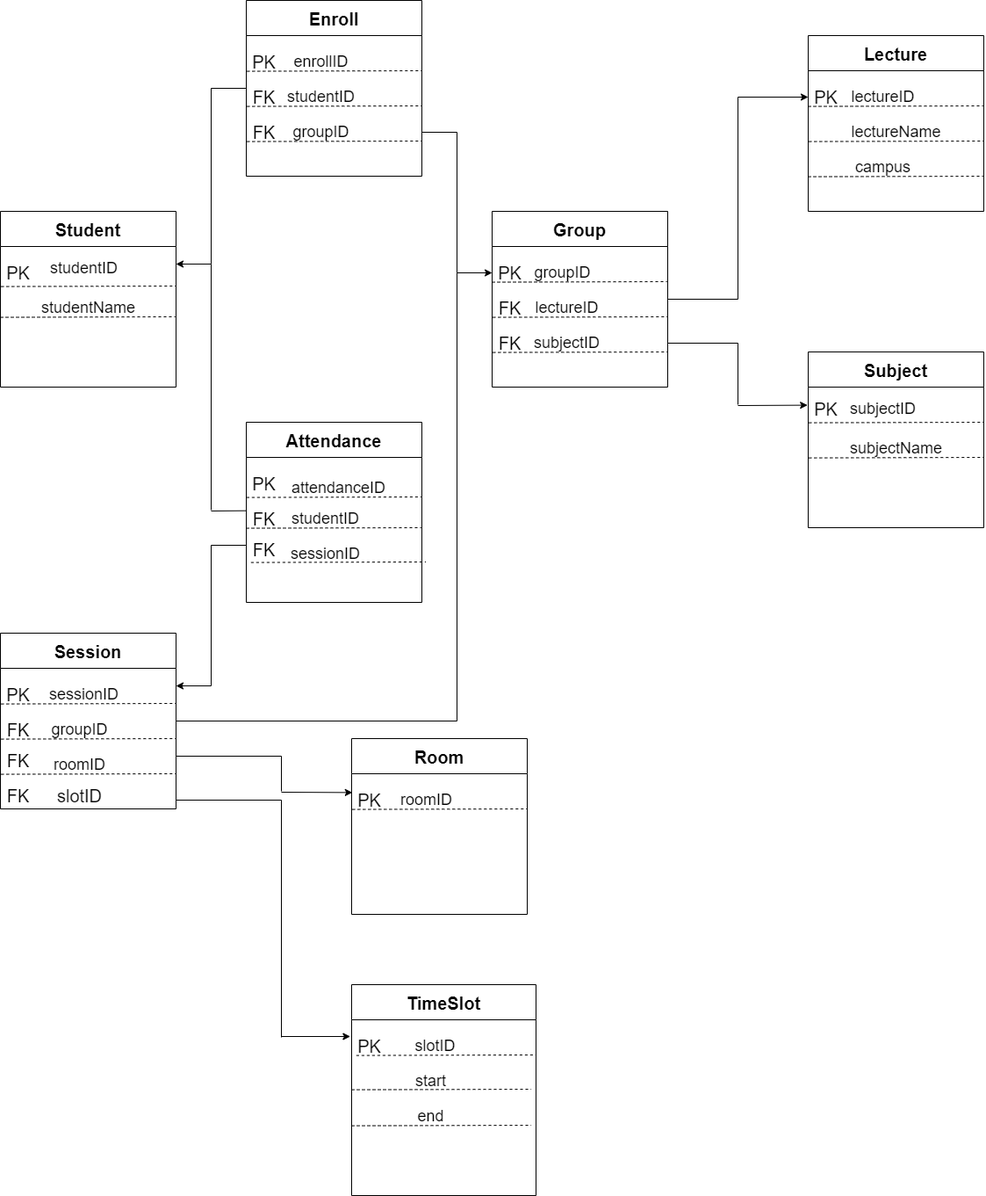
The draw.io diagram document/DBI.drawio.png in dungdt23/PRJ301_MyAssignment, before a commit. Source tidied: cells renumbered, new cells last; positions are measured from the earlier drawing's top-left corner, leaving out a move shared by most shapes.
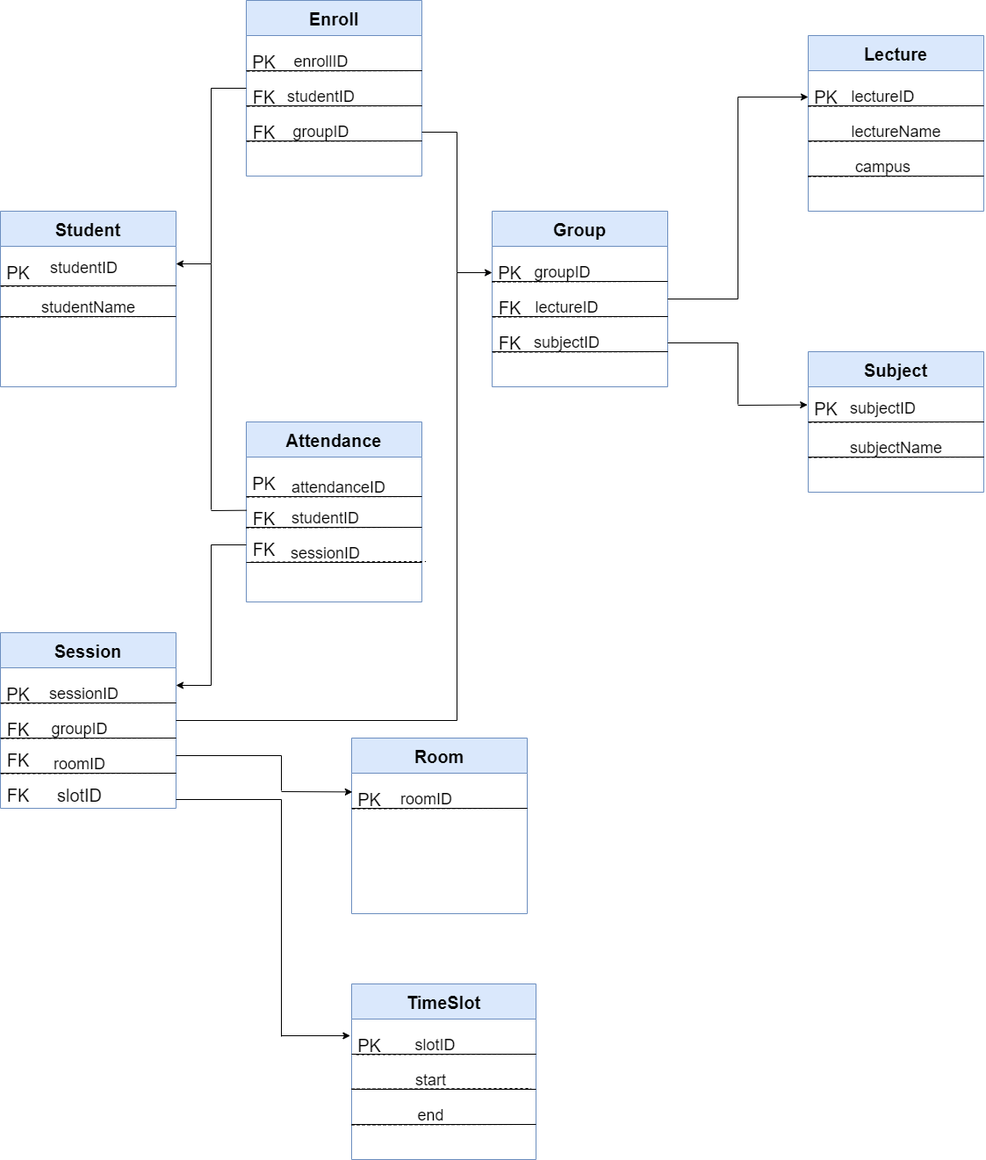
The same file after the commit.

Diff of the diagram source:
```diff
@@ -2,7 +2,7 @@
   <root>
     <mxCell id="0" />
     <mxCell id="1" parent="0" />
-    <mxCell id="2" value="Student" style="swimlane;startSize=40;fontSize=20;" parent="1" vertex="1">
+    <mxCell id="2" value="Student" style="swimlane;startSize=40;fontSize=20;fillColor=#dae8fc;strokeColor=#6c8ebf;" parent="1" vertex="1">
       <mxGeometry y="240" width="200" height="200" as="geometry" />
     </mxCell>
     <mxCell id="3" value="&lt;font style=&quot;font-size: 18px;&quot;&gt;studentID&lt;/font&gt;" style="text;html=1;align=center;verticalAlign=middle;strokeColor=none;fillColor=none;" parent="2" vertex="1">
@@ -26,7 +26,19 @@
         <mxPoint x="199.2" y="120" as="targetPoint" />
       </mxGeometry>
     </mxCell>
+    <mxCell id="103" style="endArrow=none;html=1;rounded=0;" parent="2" edge="1">
+      <mxGeometry relative="1" as="geometry">
+        <mxPoint y="85" as="sourcePoint" />
+        <mxPoint x="200" y="85" as="targetPoint" />
+      </mxGeometry>
+    </mxCell>
+    <mxCell id="104" style="endArrow=none;html=1;rounded=0;" parent="2" edge="1">
+      <mxGeometry relative="1" as="geometry">
+        <mxPoint y="120" as="sourcePoint" />
+        <mxPoint x="200" y="120" as="targetPoint" />
+      </mxGeometry>
+    </mxCell>
-    <mxCell id="8" value="Group" style="swimlane;startSize=40;fontSize=20;" parent="1" vertex="1">
+    <mxCell id="8" value="Group" style="swimlane;startSize=40;fontSize=20;fillColor=#dae8fc;strokeColor=#6c8ebf;" parent="1" vertex="1">
       <mxGeometry x="560" y="240" width="200" height="200" as="geometry" />
     </mxCell>
     <mxCell id="9" value="&lt;font style=&quot;font-size: 18px;&quot;&gt;groupID&lt;/font&gt;" style="text;html=1;align=center;verticalAlign=middle;strokeColor=none;fillColor=none;" parent="8" vertex="1">
@@ -65,7 +77,25 @@
         <mxPoint x="200" y="160" as="targetPoint" />
       </mxGeometry>
     </mxCell>
+    <mxCell id="105" style="endArrow=none;html=1;rounded=0;" parent="8" edge="1">
+      <mxGeometry relative="1" as="geometry">
+        <mxPoint y="80" as="sourcePoint" />
+        <mxPoint x="200" y="80" as="targetPoint" />
+      </mxGeometry>
+    </mxCell>
+    <mxCell id="106" style="endArrow=none;html=1;rounded=0;" parent="8" edge="1">
+      <mxGeometry relative="1" as="geometry">
+        <mxPoint y="120" as="sourcePoint" />
+        <mxPoint x="200" y="120" as="targetPoint" />
+      </mxGeometry>
+    </mxCell>
+    <mxCell id="107" style="endArrow=none;html=1;rounded=0;" parent="8" edge="1">
+      <mxGeometry relative="1" as="geometry">
+        <mxPoint y="160" as="sourcePoint" />
+        <mxPoint x="200" y="160" as="targetPoint" />
+      </mxGeometry>
+    </mxCell>
-    <mxCell id="18" value="Enroll" style="swimlane;startSize=40;fontSize=20;" parent="1" vertex="1">
+    <mxCell id="18" value="Enroll" style="swimlane;startSize=40;fontSize=20;fillColor=#dae8fc;strokeColor=#6c8ebf;" parent="1" vertex="1">
       <mxGeometry x="280" width="200" height="200" as="geometry" />
     </mxCell>
     <mxCell id="19" value="&lt;font style=&quot;font-size: 18px;&quot;&gt;studentID&lt;/font&gt;" style="text;html=1;align=center;verticalAlign=middle;strokeColor=none;fillColor=none;" parent="18" vertex="1">
@@ -98,6 +128,18 @@
         <mxPoint x="200" y="160" as="targetPoint" />
       </mxGeometry>
     </mxCell>
+    <mxCell id="108" style="endArrow=none;html=1;rounded=0;" parent="18" edge="1">
+      <mxGeometry relative="1" as="geometry">
+        <mxPoint y="120" as="sourcePoint" />
+        <mxPoint x="200" y="120" as="targetPoint" />
+      </mxGeometry>
+    </mxCell>
+    <mxCell id="109" style="endArrow=none;html=1;rounded=0;" parent="18" edge="1">
+      <mxGeometry relative="1" as="geometry">
+        <mxPoint y="160" as="sourcePoint" />
+        <mxPoint x="200" y="160" as="targetPoint" />
+      </mxGeometry>
+    </mxCell>
     <mxCell id="27" style="endArrow=none;html=1;rounded=0;fontSize=20;" parent="1" edge="1">
       <mxGeometry relative="1" as="geometry">
         <mxPoint x="240" y="300" as="sourcePoint" />
@@ -132,7 +174,7 @@
         <mxPoint x="560" y="310" as="targetPoint" />
       </mxGeometry>
     </mxCell>
-    <mxCell id="33" value="Lecture" style="swimlane;startSize=40;fontSize=20;" parent="1" vertex="1">
+    <mxCell id="33" value="Lecture" style="swimlane;startSize=40;fontSize=20;fillColor=#dae8fc;strokeColor=#6c8ebf;" parent="1" vertex="1">
       <mxGeometry x="920" y="40" width="200" height="200" as="geometry" />
     </mxCell>
     <mxCell id="34" value="&lt;font style=&quot;font-size: 18px;&quot;&gt;&lt;span style=&quot;white-space: pre;&quot;&gt;&#9;&lt;/span&gt;&lt;/font&gt;" style="text;html=1;align=center;verticalAlign=middle;strokeColor=none;fillColor=none;" parent="33" vertex="1">
@@ -168,6 +210,24 @@
         <mxPoint x="199.2" y="160" as="targetPoint" />
       </mxGeometry>
     </mxCell>
+    <mxCell id="110" style="endArrow=none;html=1;rounded=0;" parent="33" edge="1">
+      <mxGeometry relative="1" as="geometry">
+        <mxPoint y="80" as="sourcePoint" />
+        <mxPoint x="200" y="80" as="targetPoint" />
+      </mxGeometry>
+    </mxCell>
+    <mxCell id="111" style="endArrow=none;html=1;rounded=0;" parent="33" edge="1">
+      <mxGeometry relative="1" as="geometry">
+        <mxPoint y="120" as="sourcePoint" />
+        <mxPoint x="200" y="120" as="targetPoint" />
+      </mxGeometry>
+    </mxCell>
+    <mxCell id="112" style="endArrow=none;html=1;rounded=0;" parent="33" edge="1">
+      <mxGeometry relative="1" as="geometry">
+        <mxPoint y="160" as="sourcePoint" />
+        <mxPoint x="200" y="160" as="targetPoint" />
+      </mxGeometry>
+    </mxCell>
     <mxCell id="42" style="endArrow=none;html=1;rounded=0;fontSize=20;" parent="1" edge="1">
       <mxGeometry relative="1" as="geometry">
         <mxPoint x="840" y="340" as="sourcePoint" />
@@ -184,8 +244,8 @@
         <mxPoint x="840" y="110" as="sourcePoint" />
       </mxGeometry>
     </mxCell>
-    <mxCell id="45" value="Subject" style="swimlane;startSize=40;fontSize=20;" parent="1" vertex="1">
-      <mxGeometry x="920" y="400" width="200" height="200" as="geometry" />
+    <mxCell id="45" value="Subject" style="swimlane;startSize=40;fontSize=20;fillColor=#dae8fc;strokeColor=#6c8ebf;" parent="1" vertex="1">
+      <mxGeometry x="920" y="400" width="200" height="160" as="geometry" />
     </mxCell>
     <mxCell id="46" value="&lt;font style=&quot;font-size: 18px;&quot;&gt;subjectID&lt;/font&gt;" style="text;html=1;align=center;verticalAlign=middle;strokeColor=none;fillColor=none;" parent="45" vertex="1">
       <mxGeometry x="40" y="55" width="90" height="20" as="geometry" />
@@ -208,6 +268,18 @@
         <mxPoint x="200" y="120" as="targetPoint" />
       </mxGeometry>
     </mxCell>
+    <mxCell id="113" style="endArrow=none;html=1;rounded=0;" parent="45" edge="1">
+      <mxGeometry relative="1" as="geometry">
+        <mxPoint y="80" as="sourcePoint" />
+        <mxPoint x="200" y="80" as="targetPoint" />
+      </mxGeometry>
+    </mxCell>
+    <mxCell id="114" style="endArrow=none;html=1;rounded=0;" parent="45" edge="1">
+      <mxGeometry relative="1" as="geometry">
+        <mxPoint y="120" as="sourcePoint" />
+        <mxPoint x="200" y="120" as="targetPoint" />
+      </mxGeometry>
+    </mxCell>
     <mxCell id="51" style="endArrow=classic;html=1;rounded=0;fontSize=20;entryX=-0.02;entryY=0.353;entryDx=0;entryDy=0;entryPerimeter=0;" parent="1" edge="1" target="48">
       <mxGeometry relative="1" as="geometry">
         <mxPoint x="840" y="461" as="sourcePoint" />
@@ -224,7 +296,7 @@
         <mxPoint x="840" y="390" as="sourcePoint" />
       </mxGeometry>
     </mxCell>
-    <mxCell id="54" value="Room" style="swimlane;startSize=40;fontSize=20;" parent="1" vertex="1">
+    <mxCell id="54" value="Room" style="swimlane;startSize=40;fontSize=20;fillColor=#dae8fc;strokeColor=#6c8ebf;" parent="1" vertex="1">
       <mxGeometry x="400" y="840" width="200" height="200" as="geometry" />
     </mxCell>
     <mxCell id="55" value="&lt;font style=&quot;font-size: 18px;&quot;&gt;roomID&lt;/font&gt;" style="text;html=1;align=center;verticalAlign=middle;strokeColor=none;fillColor=none;" parent="54" vertex="1">
@@ -239,8 +311,14 @@
         <mxPoint x="200" y="80" as="targetPoint" />
       </mxGeometry>
     </mxCell>
+    <mxCell id="115" style="endArrow=none;html=1;rounded=0;" parent="54" edge="1">
+      <mxGeometry relative="1" as="geometry">
+        <mxPoint y="80" as="sourcePoint" />
+        <mxPoint x="200" y="80" as="targetPoint" />
+      </mxGeometry>
+    </mxCell>
-    <mxCell id="58" value="TimeSlot" style="swimlane;startSize=40;fontSize=20;" parent="1" vertex="1">
-      <mxGeometry x="400" y="1120" width="210" height="240" as="geometry" />
+    <mxCell id="58" value="TimeSlot" style="swimlane;startSize=40;fontSize=20;fillColor=#dae8fc;strokeColor=#6c8ebf;" parent="1" vertex="1">
+      <mxGeometry x="400" y="1120" width="210" height="200" as="geometry" />
     </mxCell>
     <mxCell id="59" value="&lt;font style=&quot;font-size: 18px;&quot;&gt;slotID&lt;/font&gt;" style="text;html=1;align=center;verticalAlign=middle;strokeColor=none;fillColor=none;" parent="58" vertex="1">
       <mxGeometry x="65" y="60" width="60" height="20" as="geometry" />
@@ -272,7 +350,28 @@
         <mxPoint x="204.6" y="160" as="targetPoint" />
       </mxGeometry>
     </mxCell>
+    <mxCell id="116" style="endArrow=none;html=1;rounded=0;" parent="58" edge="1">
+      <mxGeometry relative="1" as="geometry">
+        <mxPoint y="80" as="sourcePoint" />
+        <mxPoint x="210" y="80" as="targetPoint" />
+      </mxGeometry>
+    </mxCell>
+    <mxCell id="117" style="endArrow=none;html=1;rounded=0;" parent="58" edge="1">
+      <mxGeometry relative="1" as="geometry">
+        <mxPoint y="120" as="sourcePoint" />
+        <mxPoint x="210" y="120" as="targetPoint" />
+        <Array as="points">
+          <mxPoint x="150" y="120" />
+        </Array>
+      </mxGeometry>
+    </mxCell>
+    <mxCell id="118" style="endArrow=none;html=1;rounded=0;" parent="58" edge="1">
+      <mxGeometry relative="1" as="geometry">
+        <mxPoint y="160" as="sourcePoint" />
+        <mxPoint x="210" y="160" as="targetPoint" />
+      </mxGeometry>
+    </mxCell>
-    <mxCell id="66" value="Session" style="swimlane;startSize=40;fontSize=20;" parent="1" vertex="1">
+    <mxCell id="66" value="Session" style="swimlane;startSize=40;fontSize=20;fillColor=#dae8fc;strokeColor=#6c8ebf;" parent="1" vertex="1">
       <mxGeometry y="720" width="200" height="200" as="geometry" />
     </mxCell>
     <mxCell id="67" value="&lt;font style=&quot;font-size: 18px;&quot;&gt;sessionID&lt;/font&gt;" style="text;html=1;align=center;verticalAlign=middle;strokeColor=none;fillColor=none;" parent="66" vertex="1">
@@ -317,6 +416,24 @@
         <mxPoint x="200" y="160" as="targetPoint" />
       </mxGeometry>
     </mxCell>
+    <mxCell id="119" style="endArrow=none;html=1;rounded=0;" parent="66" edge="1">
+      <mxGeometry relative="1" as="geometry">
+        <mxPoint y="80" as="sourcePoint" />
+        <mxPoint x="200" y="80" as="targetPoint" />
+      </mxGeometry>
+    </mxCell>
+    <mxCell id="120" style="endArrow=none;html=1;rounded=0;" parent="66" edge="1">
+      <mxGeometry relative="1" as="geometry">
+        <mxPoint y="120" as="sourcePoint" />
+        <mxPoint x="200" y="120" as="targetPoint" />
+      </mxGeometry>
+    </mxCell>
+    <mxCell id="121" style="endArrow=none;html=1;rounded=0;" parent="66" edge="1">
+      <mxGeometry relative="1" as="geometry">
+        <mxPoint y="160" as="sourcePoint" />
+        <mxPoint x="200" y="160" as="targetPoint" />
+      </mxGeometry>
+    </mxCell>
     <mxCell id="78" style="endArrow=classic;html=1;rounded=0;fontSize=20;entryX=-0.04;entryY=0.133;entryDx=0;entryDy=0;entryPerimeter=0;" parent="1" edge="1" target="61">
       <mxGeometry relative="1" as="geometry">
         <mxPoint x="320" y="1179" as="sourcePoint" />
@@ -345,7 +462,7 @@
         <mxPoint x="320" y="901" as="sourcePoint" />
       </mxGeometry>
     </mxCell>
-    <mxCell id="83" value="Attendance" style="swimlane;startSize=40;fontSize=20;" parent="1" vertex="1">
+    <mxCell id="83" value="Attendance" style="swimlane;startSize=40;fontSize=20;fillColor=#dae8fc;strokeColor=#6c8ebf;" parent="1" vertex="1">
       <mxGeometry x="280" y="480" width="200" height="205" as="geometry" />
     </mxCell>
     <mxCell id="84" value="&lt;font style=&quot;font-size: 18px;&quot;&gt;attendanceID&lt;/font&gt;" style="text;html=1;align=center;verticalAlign=middle;strokeColor=none;fillColor=none;" parent="83" vertex="1">
@@ -384,6 +501,24 @@
         <mxPoint x="204.6" y="159" as="targetPoint" />
       </mxGeometry>
     </mxCell>
+    <mxCell id="122" style="endArrow=none;html=1;rounded=0;" parent="83" edge="1">
+      <mxGeometry relative="1" as="geometry">
+        <mxPoint y="85" as="sourcePoint" />
+        <mxPoint x="200" y="85" as="targetPoint" />
+      </mxGeometry>
+    </mxCell>
+    <mxCell id="123" style="endArrow=none;html=1;rounded=0;" parent="83" edge="1">
+      <mxGeometry relative="1" as="geometry">
+        <mxPoint y="120" as="sourcePoint" />
+        <mxPoint x="200" y="120" as="targetPoint" />
+      </mxGeometry>
+    </mxCell>
+    <mxCell id="124" style="endArrow=none;html=1;rounded=0;" parent="83" edge="1">
+      <mxGeometry relative="1" as="geometry">
+        <mxPoint y="160" as="sourcePoint" />
+        <mxPoint x="200" y="160" as="targetPoint" />
+      </mxGeometry>
+    </mxCell>
     <mxCell id="93" style="endArrow=none;html=1;rounded=0;fontSize=20;exitX=1;exitY=0.5;exitDx=0;exitDy=0;" parent="1" edge="1" source="66">
       <mxGeometry relative="1" as="geometry">
         <mxPoint x="520" y="820" as="targetPoint" />
@@ -441,5 +576,11 @@
         <mxPoint x="480" y="80" as="targetPoint" />
       </mxGeometry>
     </mxCell>
+    <mxCell id="125" style="endArrow=none;html=1;rounded=0;" parent="1" edge="1">
+      <mxGeometry relative="1" as="geometry">
+        <mxPoint x="280" y="80" as="sourcePoint" />
+        <mxPoint x="480" y="80" as="targetPoint" />
+      </mxGeometry>
+    </mxCell>
   </root>
 </mxGraphModel>
```
